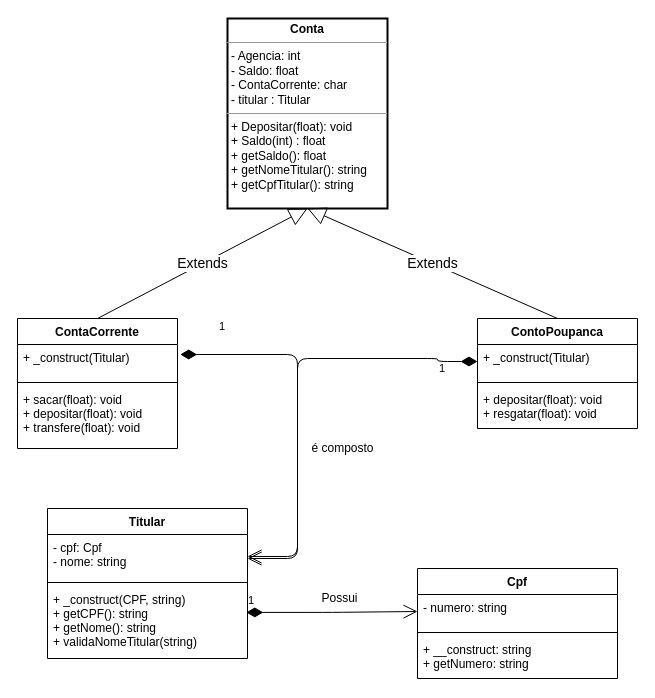
The draw.io diagram page "Aula Conta Corrente" (4 of 6) of Programação/Back-End PHP/09/Exemplo/diagramas/Diagrama de classes.drawio in luiscarlosjunior/aulas-graduacao, before the edit. Source tidied: cells renumbered, new cells numbered last; positions are measured from the earlier drawing's top-left corner, leaving out a move shared by most shapes. Both pictures are drawn from the tidied source at 100%, with x=0, y=0 at pixel (17, 18).
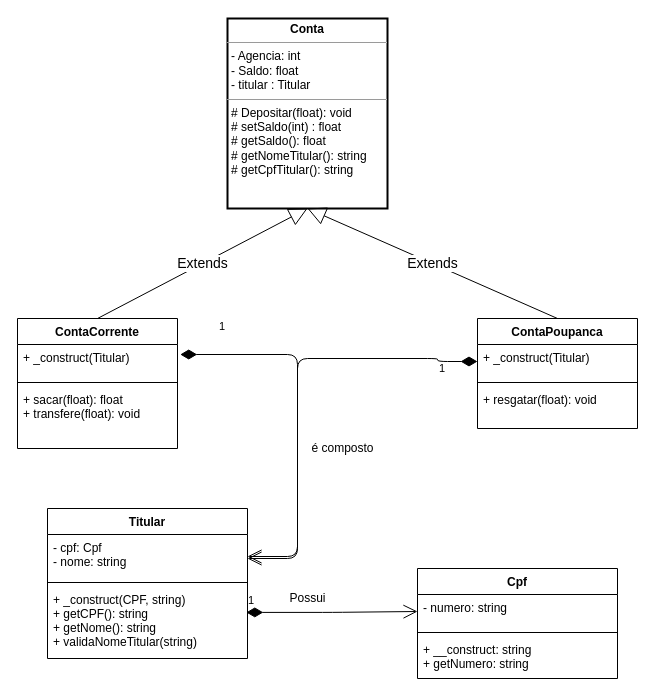
After the change.

Unchanged cells that the change refers to:
```xml
<mxCell id="9" value="ContaCorrente" style="swimlane;fontStyle=1;align=center;verticalAlign=top;horizontal=1;startSize=26;" parent="1" vertex="1">
  <mxGeometry y="300" width="160" height="130" as="geometry" />
</mxCell>
```

What changed in the source:
```diff
@@
-    <mxCell id="2" value="&lt;p style=&quot;margin: 0px ; margin-top: 4px ; text-align: center&quot;&gt;&lt;b&gt;Conta&lt;/b&gt;&lt;/p&gt;&lt;hr size=&quot;1&quot;&gt;&lt;p style=&quot;margin: 0px ; margin-left: 4px&quot;&gt;- Agencia: int&lt;/p&gt;&lt;p style=&quot;margin: 0px ; margin-left: 4px&quot;&gt;- Saldo: float&lt;/p&gt;&lt;p style=&quot;margin: 0px ; margin-left: 4px&quot;&gt;- ContaCorrente: char&lt;/p&gt;&lt;p style=&quot;margin: 0px ; margin-left: 4px&quot;&gt;- titular : Titular&lt;/p&gt;&lt;hr size=&quot;1&quot;&gt;&lt;p style=&quot;margin: 0px ; margin-left: 4px&quot;&gt;+ Depositar(float): void&lt;/p&gt;&lt;p style=&quot;margin: 0px ; margin-left: 4px&quot;&gt;+ Saldo(int) : float&lt;/p&gt;&lt;p style=&quot;margin: 0px ; margin-left: 4px&quot;&gt;+ getSaldo(): float&lt;br style=&quot;padding: 0px ; margin: 0px&quot;&gt;+ getNomeTitular(): string&lt;br style=&quot;padding: 0px ; margin: 0px&quot;&gt;+ getCpfTitular(): string&lt;br&gt;&lt;/p&gt;" style="verticalAlign=top;align=left;overflow=fill;fontSize=12;fontFamily=Helvetica;html=1;shadow=0;sketch=0;strokeWidth=2;" parent="1" vertex="1">
+    <mxCell id="2" value="&lt;p style=&quot;margin: 0px ; margin-top: 4px ; text-align: center&quot;&gt;&lt;b&gt;Conta&lt;/b&gt;&lt;/p&gt;&lt;hr size=&quot;1&quot;&gt;&lt;p style=&quot;margin: 0px ; margin-left: 4px&quot;&gt;- Agencia: int&lt;/p&gt;&lt;p style=&quot;margin: 0px ; margin-left: 4px&quot;&gt;- Saldo: float&lt;/p&gt;&lt;p style=&quot;margin: 0px ; margin-left: 4px&quot;&gt;&lt;span&gt;- titular : Titular&lt;/span&gt;&lt;br&gt;&lt;/p&gt;&lt;hr size=&quot;1&quot;&gt;&lt;p style=&quot;margin: 0px ; margin-left: 4px&quot;&gt;# Depositar(float): void&lt;/p&gt;&lt;p style=&quot;margin: 0px ; margin-left: 4px&quot;&gt;# setSaldo(int) : float&lt;/p&gt;&lt;p style=&quot;margin: 0px ; margin-left: 4px&quot;&gt;# getSaldo(): float&lt;br style=&quot;padding: 0px ; margin: 0px&quot;&gt;# getNomeTitular(): string&lt;br style=&quot;padding: 0px ; margin: 0px&quot;&gt;# getCpfTitular(): string&lt;br&gt;&lt;/p&gt;" style="verticalAlign=top;align=left;overflow=fill;fontSize=12;fontFamily=Helvetica;html=1;shadow=0;sketch=0;strokeWidth=2;" parent="1" vertex="1">
       <mxGeometry x="210" width="160" height="190" as="geometry" />
     </mxCell>
@@
-    <mxCell id="12" value="+ sacar(float): void&#10;+ depositar(float): void&#10;+ transfere(float): void&#10; " style="text;strokeColor=none;fillColor=none;align=left;verticalAlign=top;spacingLeft=4;spacingRight=4;overflow=hidden;" parent="9" vertex="1">
+    <mxCell id="12" value="+ sacar(float): float&#10;+ transfere(float): void&#10; " style="text;strokeColor=none;fillColor=none;align=left;verticalAlign=top;spacingLeft=4;spacingRight=4;overflow=hidden;" parent="9" vertex="1">
       <mxGeometry y="68" width="160" height="62" as="geometry" />
     </mxCell>
@@
     <mxCell id="20" value="Possui" style="text;html=1;align=center;verticalAlign=middle;" parent="1" vertex="1">
-      <mxGeometry x="297" y="570" width="50" height="20" as="geometry" />
+      <mxGeometry x="265" y="570" width="50" height="20" as="geometry" />
     </mxCell>
-    <mxCell id="21" value="ContoPoupanca" style="swimlane;fontStyle=1;align=center;verticalAlign=top;horizontal=1;startSize=26;" parent="1" vertex="1">
+    <mxCell id="21" value="ContaPoupanca" style="swimlane;fontStyle=1;align=center;verticalAlign=top;horizontal=1;startSize=26;" parent="1" vertex="1">
       <mxGeometry x="460" y="300" width="160" height="110" as="geometry" />
     </mxCell>
@@
-    <mxCell id="24" value="+ depositar(float): void&#10;+ resgatar(float): void&#10;" style="text;strokeColor=none;fillColor=none;align=left;verticalAlign=top;spacingLeft=4;spacingRight=4;overflow=hidden;" parent="21" vertex="1">
+    <mxCell id="24" value="+ resgatar(float): void&#10;" style="text;strokeColor=none;fillColor=none;align=left;verticalAlign=top;spacingLeft=4;spacingRight=4;overflow=hidden;" parent="21" vertex="1">
       <mxGeometry y="68" width="160" height="42" as="geometry" />
     </mxCell>
```
